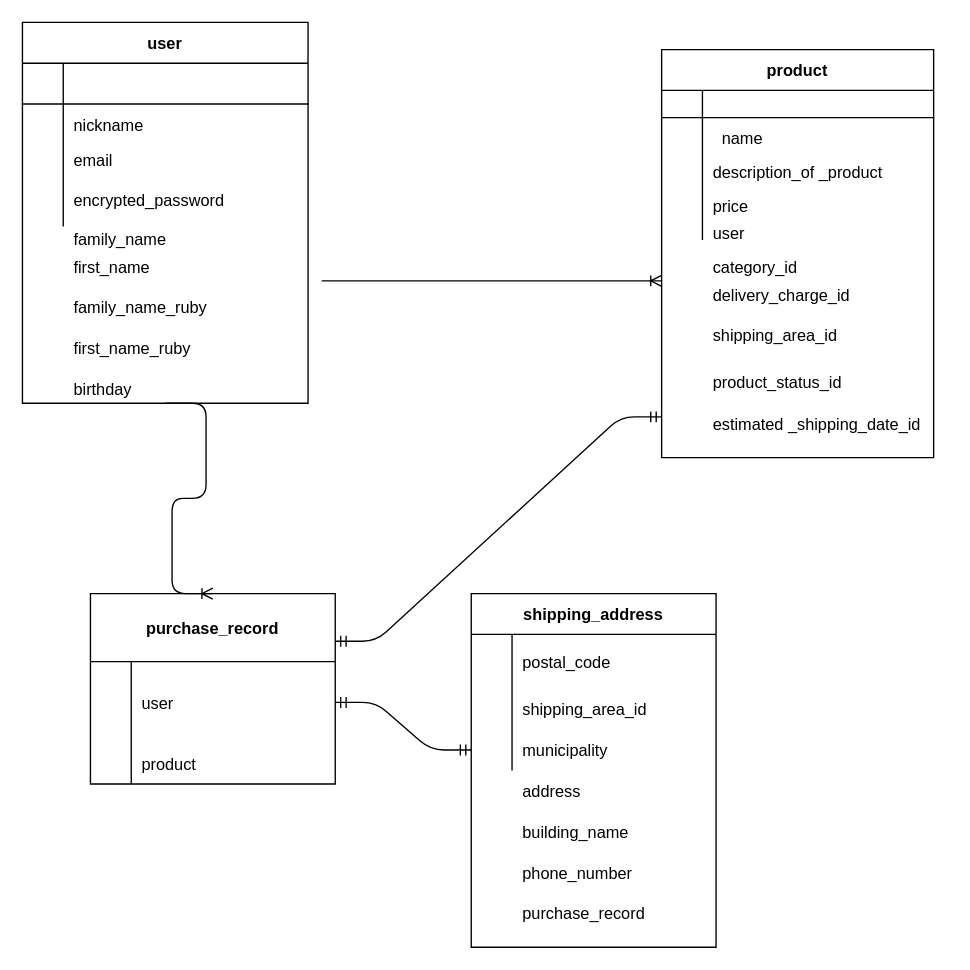
Earlier version of the draw.io diagram app/views/furima.dio (keiko0712/furima-34310). Source tidied: cells renumbered, new cells numbered last; positions are measured from the earlier drawing's top-left corner, leaving out a move shared by most shapes. Both pictures are drawn from the tidied source at 136%, with x=0, y=0 at pixel (22, 22).
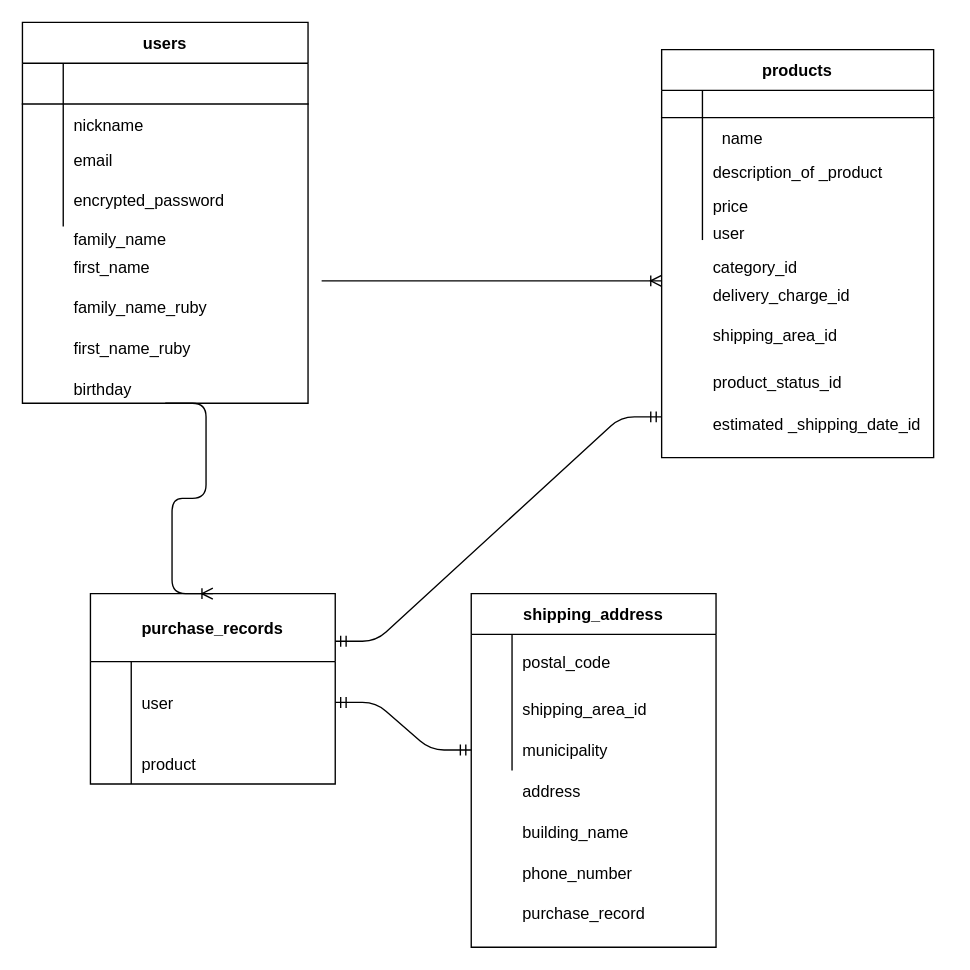
The same page after the edit.

The edit, as a diff of the source:
```diff
@@
-    <mxCell id="2" value="user" style="shape=table;startSize=30;childLayout=tableLayout;rowLines=0;fontStyle=1;align=center;" parent="1" vertex="1">
+    <mxCell id="2" value="users" style="shape=table;startSize=30;childLayout=tableLayout;rowLines=0;fontStyle=1;align=center;" parent="1" vertex="1">
       <mxGeometry width="210" height="280" as="geometry" />
     </mxCell>
@@
-    <mxCell id="18" value="product" style="shape=table;startSize=30;childLayout=tableLayout;rowLines=0;fontStyle=1;align=center;" parent="1" vertex="1">
+    <mxCell id="18" value="products" style="shape=table;startSize=30;childLayout=tableLayout;rowLines=0;fontStyle=1;align=center;" parent="1" vertex="1">
       <mxGeometry x="470" y="20" width="200" height="300" as="geometry" />
     </mxCell>
@@
-    <mxCell id="36" value="purchase_record" style="shape=table;startSize=50;childLayout=tableLayout;rowLines=0;fontStyle=1;align=center;" parent="1" vertex="1">
+    <mxCell id="36" value="purchase_records" style="shape=table;startSize=50;childLayout=tableLayout;rowLines=0;fontStyle=1;align=center;" parent="1" vertex="1">
       <mxGeometry x="50" y="420" width="180" height="140" as="geometry" />
     </mxCell>
```
